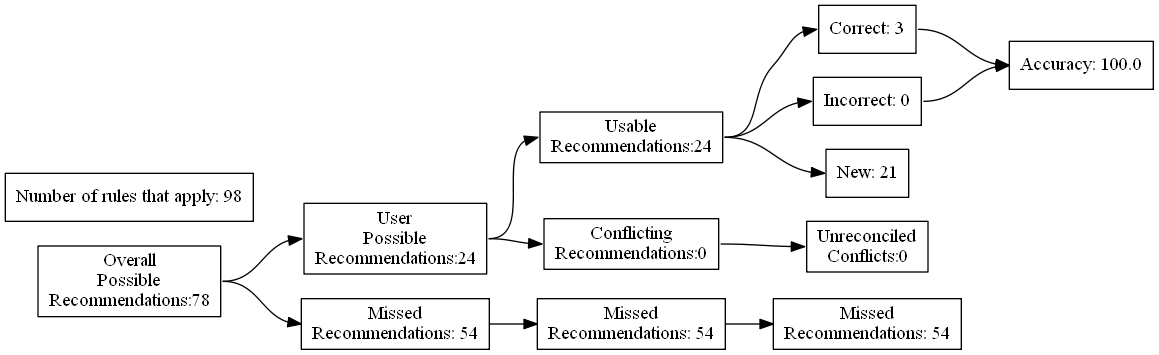
The Graphviz diagram test_renders/28.gv.png in ZaxR/ibd_diet_analysis, before a commit. Its source is kept beside it as test_renders/28.gv.
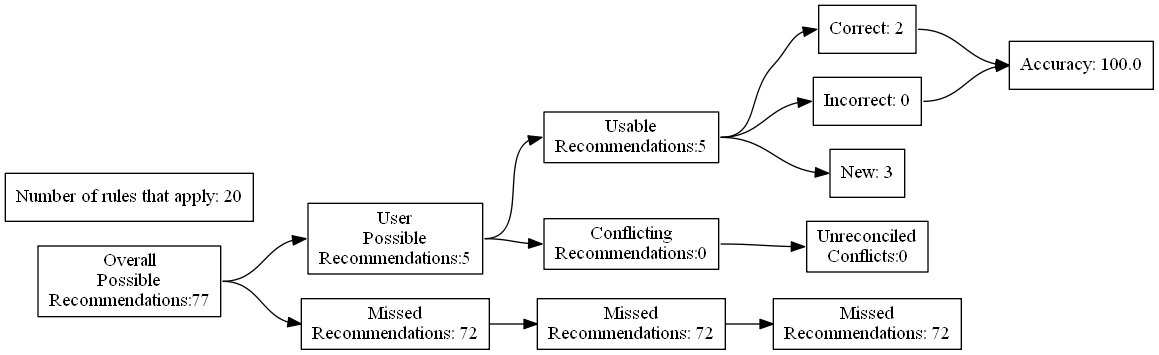
Above is the later version.

Change to the diagram source:
```diff
@@ -4,27 +4,27 @@
 	edge [headport=w tailport=e]
 		A [label="Overall
 Possible
-Recommendations:78"]
+Recommendations:77"]
 		B [label="User
 Possible
-Recommendations:24"]
+Recommendations:5"]
 		C [label="Missed
-Recommendations: 54"]
+Recommendations: 72"]
 		D [label="Usable
-Recommendations:24"]
+Recommendations:5"]
 		E [label="Conflicting
 Recommendations:0"]
 		J [label="Missed
-Recommendations: 54"]
+Recommendations: 72"]
 		M [label="Unreconciled
 Conflicts:0"]
-		F [label="Correct: 3"]
+		F [label="Correct: 2"]
 		G [label="Incorrect: 0"]
-		H [label="New: 21"]
+		H [label="New: 3"]
 		K [label="Missed
-Recommendations: 54"]
+Recommendations: 72"]
 		I [label="Accuracy: 100.0"]
-		l [label="Number of rules that apply: 98"]
+		l [label="Number of rules that apply: 20"]
 			A -> B
 			A -> C
 			B -> D
```
